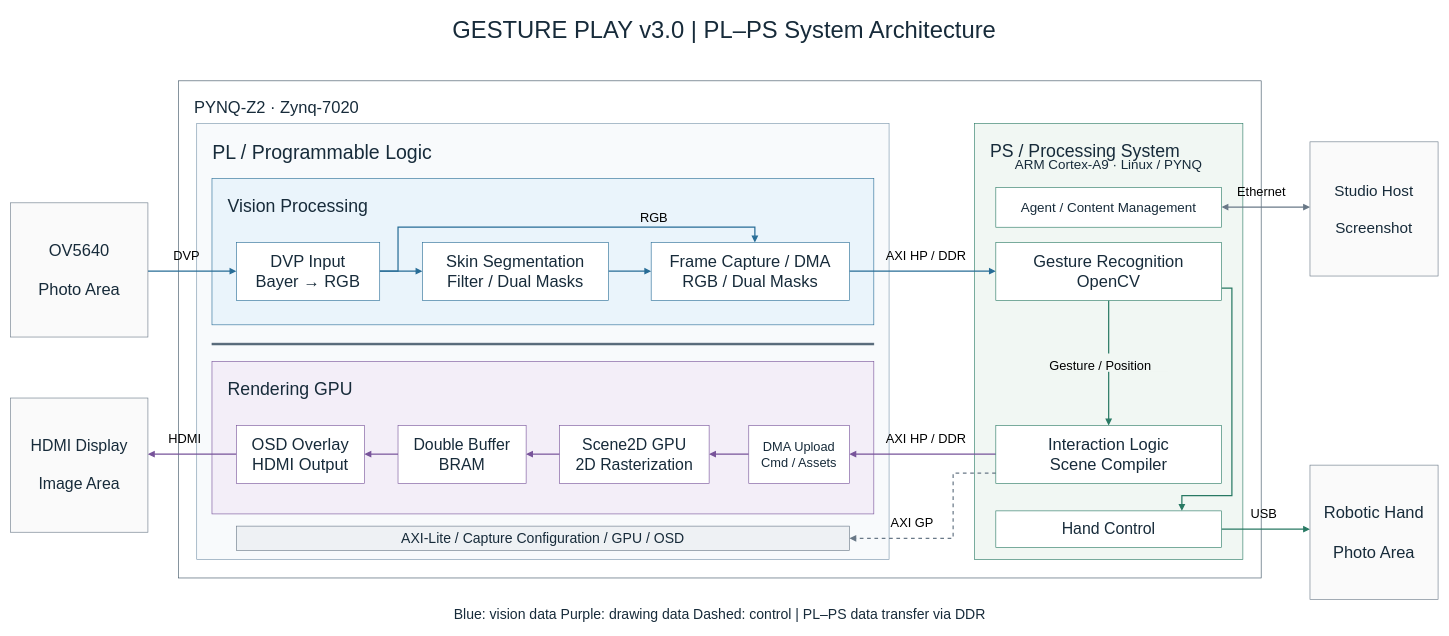
This is project/report/figures/pl_ps_v3/concise_v2/system_en.drawio from hyh2758832315/pynq-gesture-play, a draw.io file, before an edit. Source tidied: cells renumbered, new cells numbered last; positions are measured from the earlier drawing's top-left corner, leaving out a move shared by most shapes. Both pictures are drawn from the tidied source at 61%, with x=0, y=0 at pixel (10, 10).
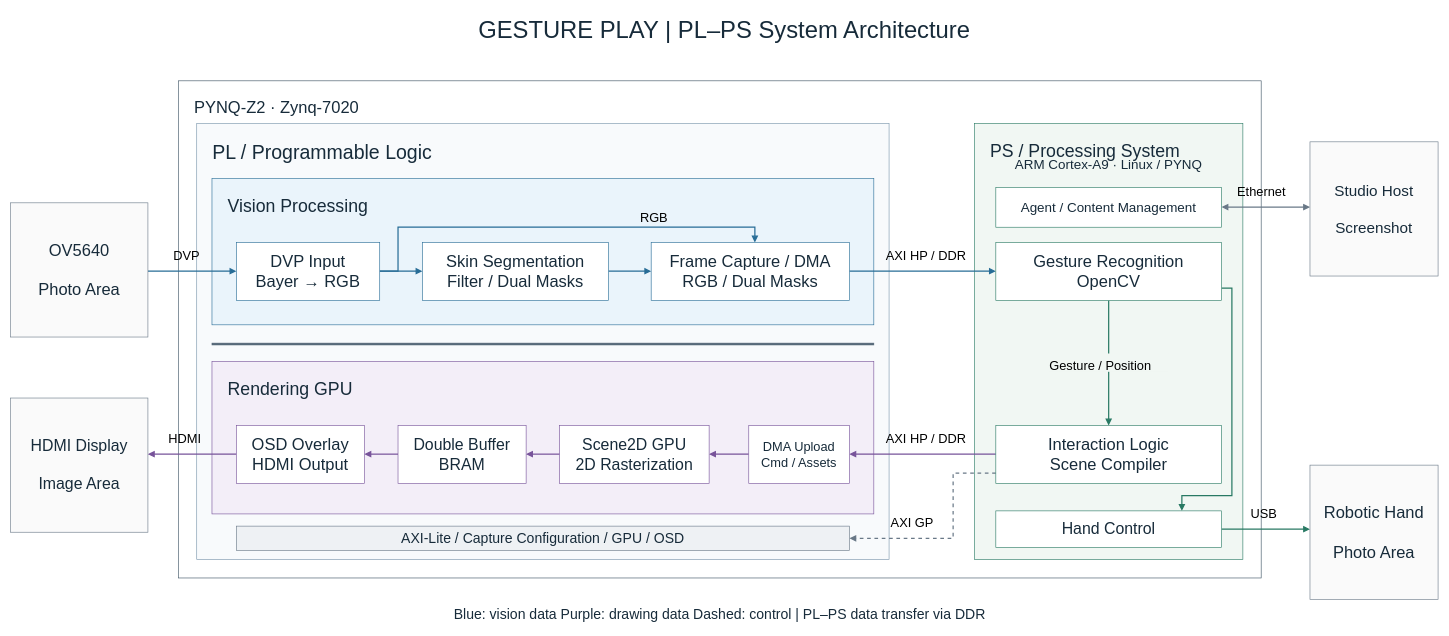
After the change.

What changed in the source:
```diff
@@
-    <mxCell id="22" value="GESTURE PLAY v3.0  |  PL–PS System Architecture" style="rounded=0;whiteSpace=wrap;html=0;fillColor=#ffffff;strokeColor=#697887;fontColor=#172b3a;fontFamily=Microsoft YaHei;fontSize=39;spacing=12;fillColor=none;strokeColor=none;" parent="1" vertex="1">
+    <mxCell id="22" value="GESTURE PLAY  |  PL–PS System Architecture" style="rounded=0;whiteSpace=wrap;html=0;fillColor=#ffffff;strokeColor=#697887;fontColor=#172b3a;fontFamily=Microsoft YaHei;fontSize=39;spacing=12;fillColor=none;strokeColor=none;" parent="1" vertex="1">
       <mxGeometry width="2340" height="65" as="geometry" />
     </mxCell>
```
